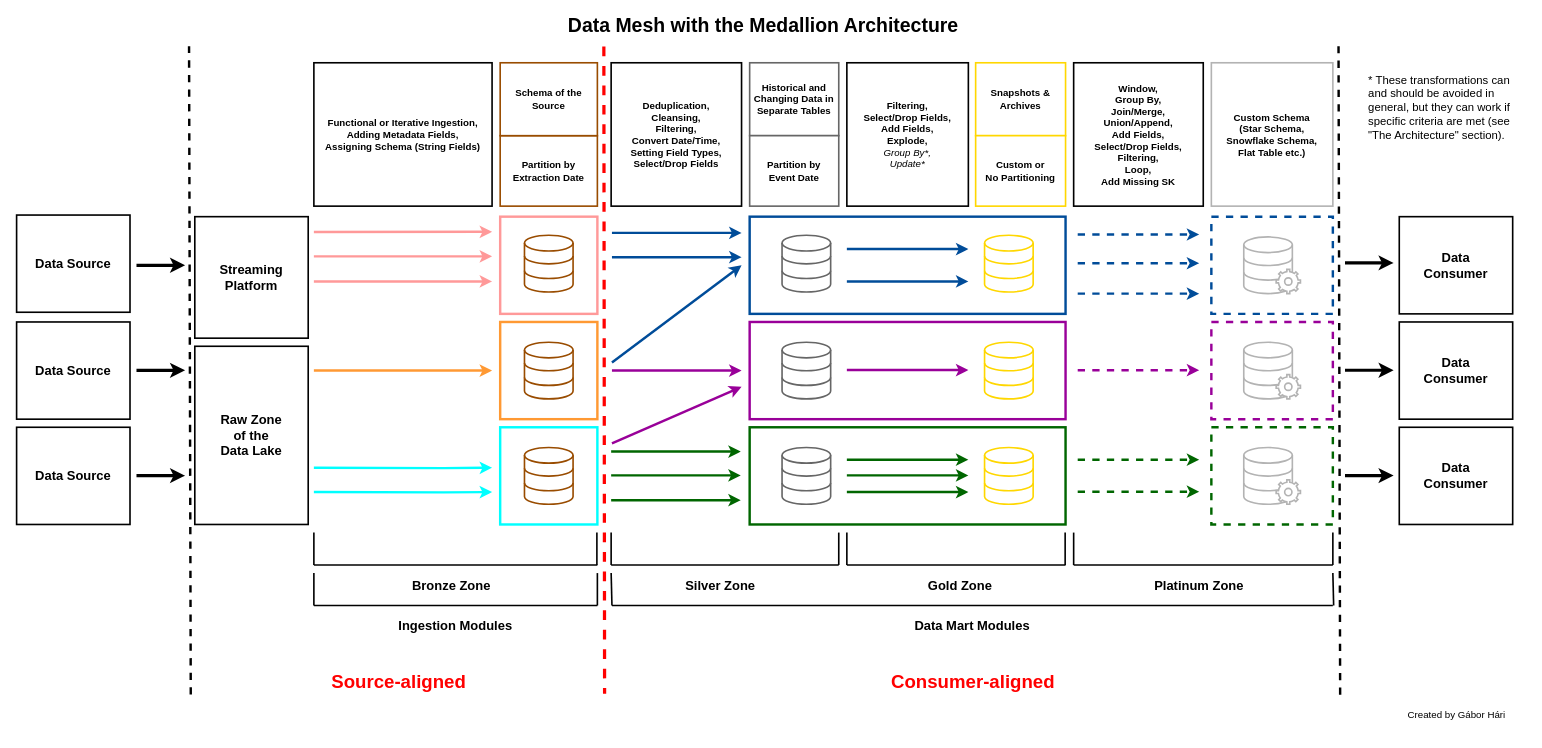
Before: resources/Architecture.drawio in harigabor96/Wildfires, a draw.io diagram. Source tidied: cells renumbered, new cells numbered last; positions are measured from the earlier drawing's top-left corner, leaving out a move shared by most shapes. Both pictures are drawn from the tidied source at 81%, with x=0, y=0 at pixel (14, 14).
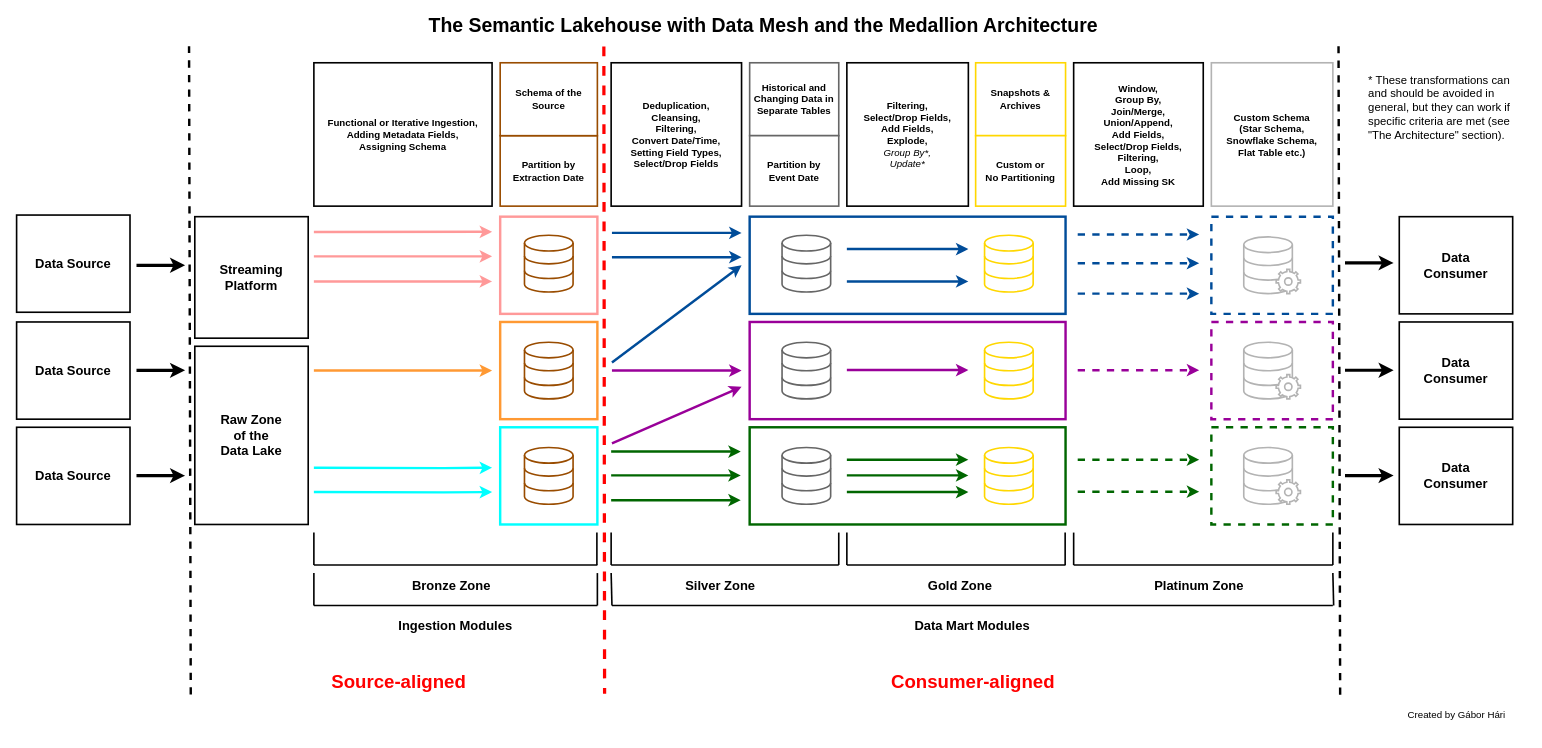
The same page after the edit.

Commit message (it also covers changes not shown here):
semantic lakehouse added

Change to the diagram source:
```diff
@@
-    <mxCell id="20" value="&lt;b&gt;Functional or Iterative Ingestion, Adding Metadata Fields,&lt;br&gt;Assigning Schema (String Fields)&lt;br&gt;&lt;/b&gt;" style="rounded=0;whiteSpace=wrap;html=1;glass=0;strokeColor=default;strokeWidth=2;fillColor=#FFFFFF;" parent="1" vertex="1">
+    <mxCell id="20" value="&lt;b&gt;Functional or Iterative Ingestion, Adding Metadata Fields,&lt;br&gt;Assigning Schema&lt;br&gt;&lt;/b&gt;" style="rounded=0;whiteSpace=wrap;html=1;glass=0;strokeColor=default;strokeWidth=2;fillColor=#FFFFFF;" parent="1" vertex="1">
       <mxGeometry x="370" y="60" width="220" height="177" as="geometry" />
     </mxCell>
@@
-    <mxCell id="79" value="&lt;font style=&quot;font-size: 24px;&quot;&gt;&lt;b&gt;Data Mesh with the Medallion Architecture&lt;/b&gt;&lt;/font&gt;" style="text;html=1;strokeColor=none;fillColor=none;align=center;verticalAlign=middle;whiteSpace=wrap;rounded=0;" parent="1" vertex="1">
+    <mxCell id="79" value="&lt;font style=&quot;font-size: 24px;&quot;&gt;&lt;b&gt;The Semantic Lakehouse with Data Mesh and the Medallion Architecture&lt;/b&gt;&lt;/font&gt;" style="text;html=1;strokeColor=none;fillColor=none;align=center;verticalAlign=middle;whiteSpace=wrap;rounded=0;" parent="1" vertex="1">
       <mxGeometry width="1850" height="30" as="geometry" />
     </mxCell>
```
